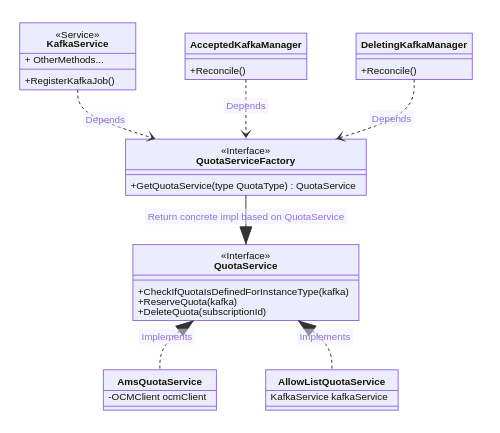
This is docs/images/quoata-service.png from bf2fc6cc711aee1a0c2a/kas-fleet-manager, a Mermaid export, as it was before one commit. Its source is kept beside it as docs/mermaid-diagrams-source/quoata-service.mmd.
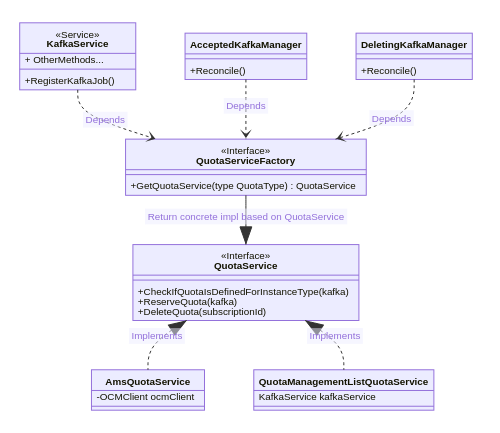
Above is the later version.

The edit, as a diff of the source:
```diff
@@ -14,7 +14,7 @@
   class AmsQuotaService {
       -OCMClient ocmClient
   }
-  class AllowListQuotaService {
+  class QuotaManagementListQuotaService {
       - KafkaService kafkaService
   }
 
@@ -33,7 +33,7 @@
   }
 
   QuotaService <|.. AmsQuotaService: Implements
-  QuotaService <|.. AllowListQuotaService: Implements
+  QuotaService <|.. QuotaManagementListQuotaService: Implements
   KafkaService ..> QuotaServiceFactory: Depends
   QuotaServiceFactory --|> QuotaService: Return concrete impl based on QuotaService
   AcceptedKafkaManager ..> QuotaServiceFactory: Depends
```
